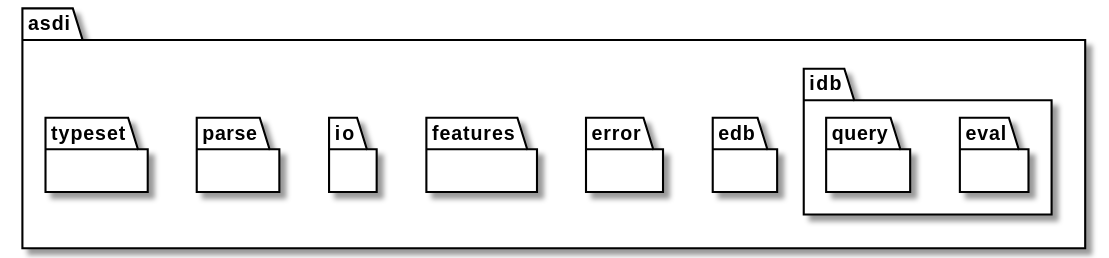
This is book/src/model/top.svg from johnstonskj/rust-asdi, a PlantUML export, as it was before one commit.
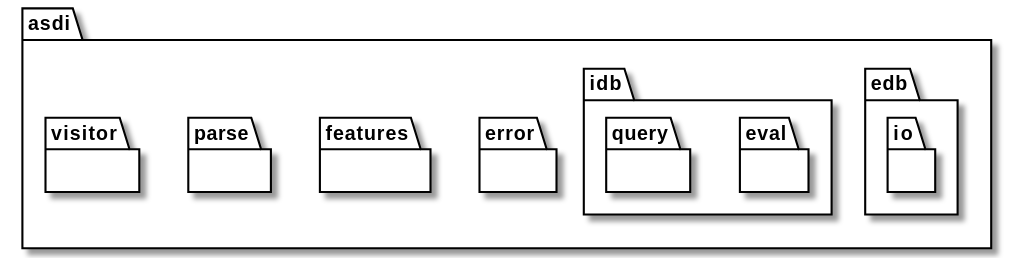
The same diagram one commit later.

What changed in the source:
```diff
@@ -2,19 +2,19 @@
 
 !include options.plantuml
 
-
 namespace asdi {
 
-    namespace edb {}
+    namespace edb {
+        namespace io {}
+    }
     namespace error {}
     namespace features {}
     namespace idb {
         namespace eval {}
         namespace query {}
     }
-    namespace io {}
     namespace parse {}
-    namespace typeset {}
+    namespace visitor {}
 }
 
 @enduml
```
